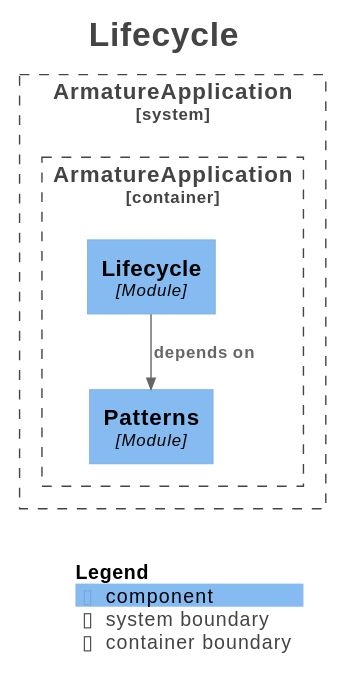
Above: docs/architecture/modules/module-lifecycle.svg in jayhamilton/armature (PlantUML), before the change. Its diagram source:
```plantuml
@startuml
!pragma layout smetana
title <size:24>Lifecycle</size>

set separator none
top to bottom direction

<style>
  root {
    BackgroundColor: #ffffff
    FontColor: #444444
  }
</style>

!include <C4/C4>
!include <C4/C4_Context>
!include <C4/C4_Component>

System_Boundary("ArmatureApplication_boundary", "ArmatureApplication", $tags="") {
  Container_Boundary("ArmatureApplication.ArmatureApplication_boundary", "ArmatureApplication", $tags="") {
    Component(ArmatureApplication.ArmatureApplication.Patterns, "Patterns", $techn="Module", $descr="", $tags="", $link="")
    Component(ArmatureApplication.ArmatureApplication.Lifecycle, "Lifecycle", $techn="Module", $descr="", $tags="", $link="")
  }

}

Rel(ArmatureApplication.ArmatureApplication.Lifecycle, ArmatureApplication.ArmatureApplication.Patterns, "depends on", $techn="", $tags="", $link="")

SHOW_LEGEND(true)
hide stereotypes
@enduml
```
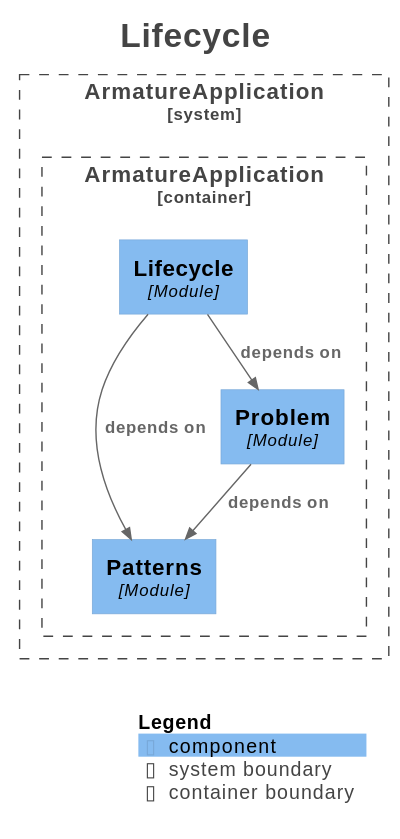
The same diagram one commit later.

The edit, as a diff of the source:
```diff
@@ -18,13 +18,16 @@
 
 System_Boundary("ArmatureApplication_boundary", "ArmatureApplication", $tags="") {
   Container_Boundary("ArmatureApplication.ArmatureApplication_boundary", "ArmatureApplication", $tags="") {
+    Component(ArmatureApplication.ArmatureApplication.Lifecycle, "Lifecycle", $techn="Module", $descr="", $tags="", $link="")
     Component(ArmatureApplication.ArmatureApplication.Patterns, "Patterns", $techn="Module", $descr="", $tags="", $link="")
-    Component(ArmatureApplication.ArmatureApplication.Lifecycle, "Lifecycle", $techn="Module", $descr="", $tags="", $link="")
+    Component(ArmatureApplication.ArmatureApplication.Problem, "Problem", $techn="Module", $descr="", $tags="", $link="")
   }
 
 }
 
 Rel(ArmatureApplication.ArmatureApplication.Lifecycle, ArmatureApplication.ArmatureApplication.Patterns, "depends on", $techn="", $tags="", $link="")
+Rel(ArmatureApplication.ArmatureApplication.Lifecycle, ArmatureApplication.ArmatureApplication.Problem, "depends on", $techn="", $tags="", $link="")
+Rel(ArmatureApplication.ArmatureApplication.Problem, ArmatureApplication.ArmatureApplication.Patterns, "depends on", $techn="", $tags="", $link="")
 
 SHOW_LEGEND(true)
 hide stereotypes
```
